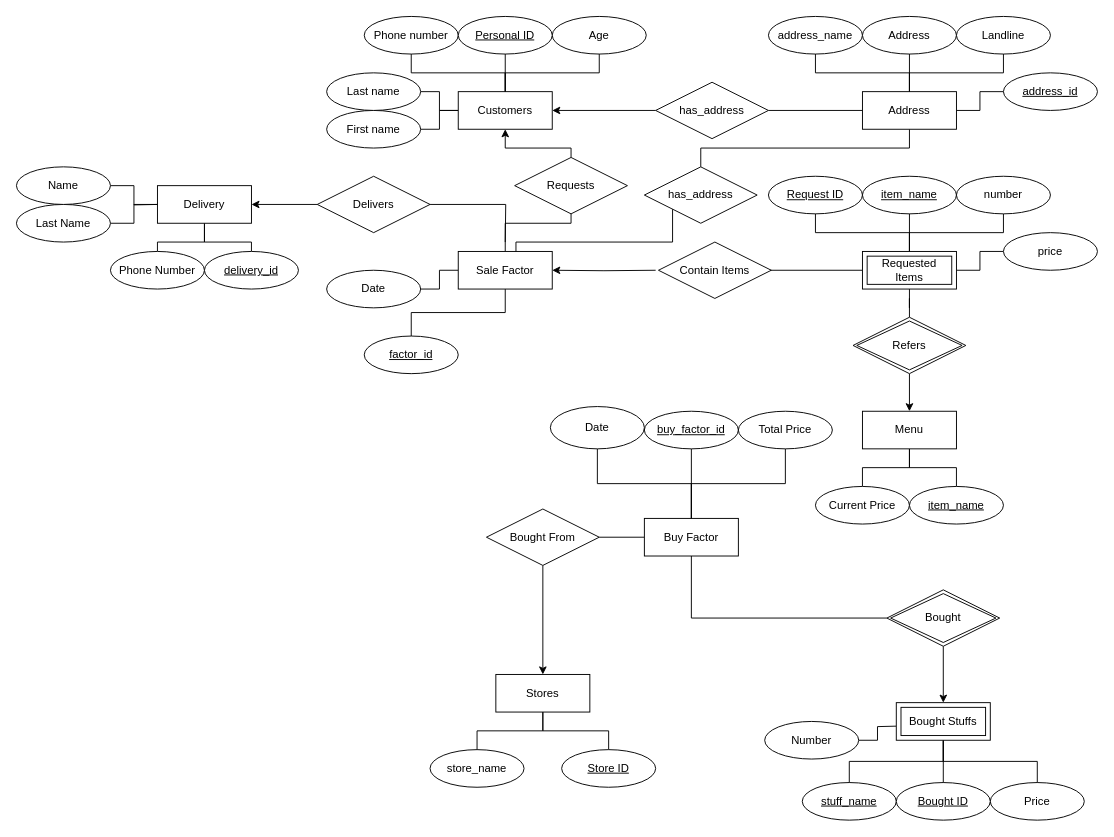
Above: SQL/Final-Project/ERD.drawio in ShayanDeSh/myplayground (draw.io), before the change. Source tidied: cells renumbered, new cells numbered last; positions are measured from the earlier drawing's top-left corner, leaving out a move shared by most shapes. Both pictures are drawn from the tidied source at 94%, with x=0, y=0 at pixel (16, 16).
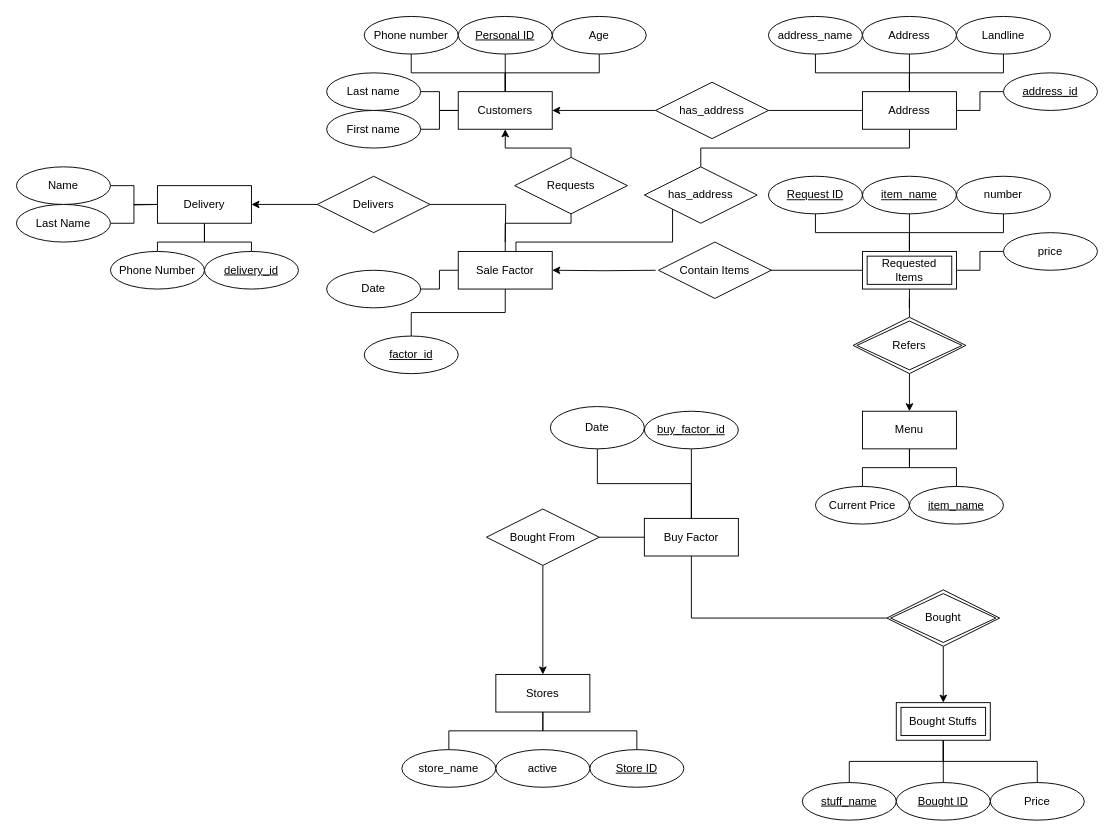
The same diagram, later.

Commit message (it also covers changes not shown here):
A little change in ERD

The change refers to these unchanged cells:
```xml
<mxCell id="64" value="Buy Factor" style="whiteSpace=wrap;html=1;align=center;" parent="1" vertex="1">
  <mxGeometry x="668" y="534" width="100" height="40" as="geometry" />
</mxCell>
```

Diff of the diagram source:
```diff
@@
     <mxCell id="57" value="store_name" style="ellipse;whiteSpace=wrap;html=1;align=center;" parent="1" vertex="1">
-      <mxGeometry x="440" y="780" width="100" height="40" as="geometry" />
+      <mxGeometry x="410" y="780" width="100" height="40" as="geometry" />
     </mxCell>
     <mxCell id="58" value="Store ID" style="ellipse;whiteSpace=wrap;html=1;align=center;fontStyle=4;" parent="1" vertex="1">
-      <mxGeometry x="580" y="780" width="100" height="40" as="geometry" />
+      <mxGeometry x="610" y="780" width="100" height="40" as="geometry" />
     </mxCell>
@@
-    <mxCell id="66" style="edgeStyle=orthogonalEdgeStyle;rounded=0;jettySize=auto;html=1;startArrow=none;startFill=0;endArrow=none;endFill=0;" parent="1" edge="1" source="67" target="64">
-      <mxGeometry relative="1" as="geometry" />
-    </mxCell>
-    <mxCell id="67" value="Total Price" style="ellipse;whiteSpace=wrap;html=1;align=center;" parent="1" vertex="1">
-      <mxGeometry x="768" y="420" width="100" height="40" as="geometry" />
-    </mxCell>
-    <mxCell id="68" style="edgeStyle=orthogonalEdgeStyle;rounded=0;jettySize=auto;html=1;entryX=1;entryY=0.5;entryDx=0;entryDy=0;startArrow=none;startFill=0;endArrow=none;endFill=0;" parent="1" edge="1" target="72">
-      <mxGeometry relative="1" as="geometry">
-        <mxPoint x="936" y="755" as="sourcePoint" />
-      </mxGeometry>
-    </mxCell>
@@
-    <mxCell id="72" value="Number" style="ellipse;whiteSpace=wrap;html=1;align=center;" parent="1" vertex="1">
-      <mxGeometry x="796" y="750" width="100" height="40" as="geometry" />
-    </mxCell>
@@
+    <mxCell id="95" value="active" style="ellipse;whiteSpace=wrap;html=1;align=center;" parent="1" vertex="1">
+      <mxGeometry x="510" y="780" width="100" height="40" as="geometry" />
+    </mxCell>
```
